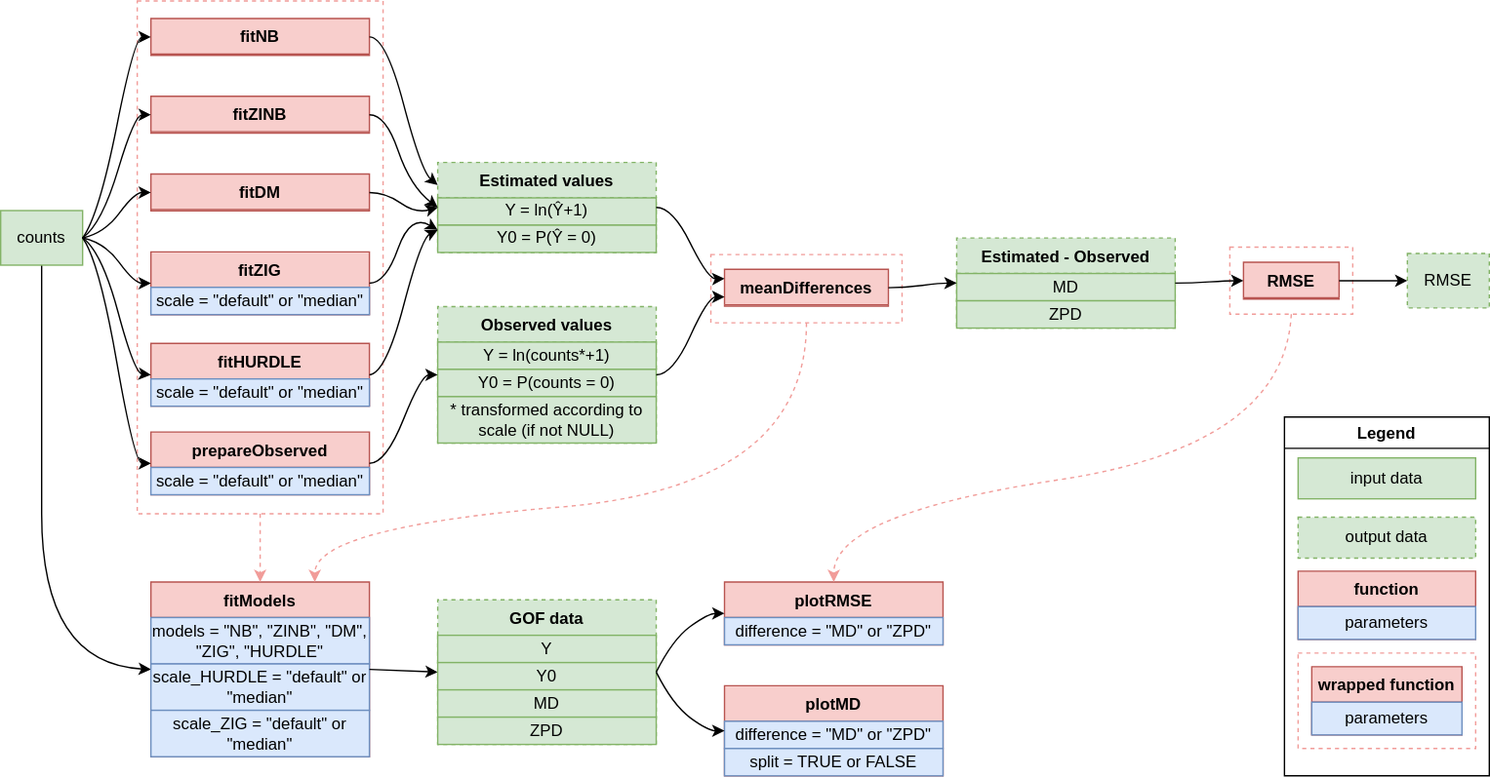
Above: vignettes/GOF_structure.svg in mcalgaro93/benchdamic (draw.io), before the change. Source tidied: cells renumbered, new cells last; positions are measured from the earlier drawing's top-left corner, leaving out a move shared by most shapes.
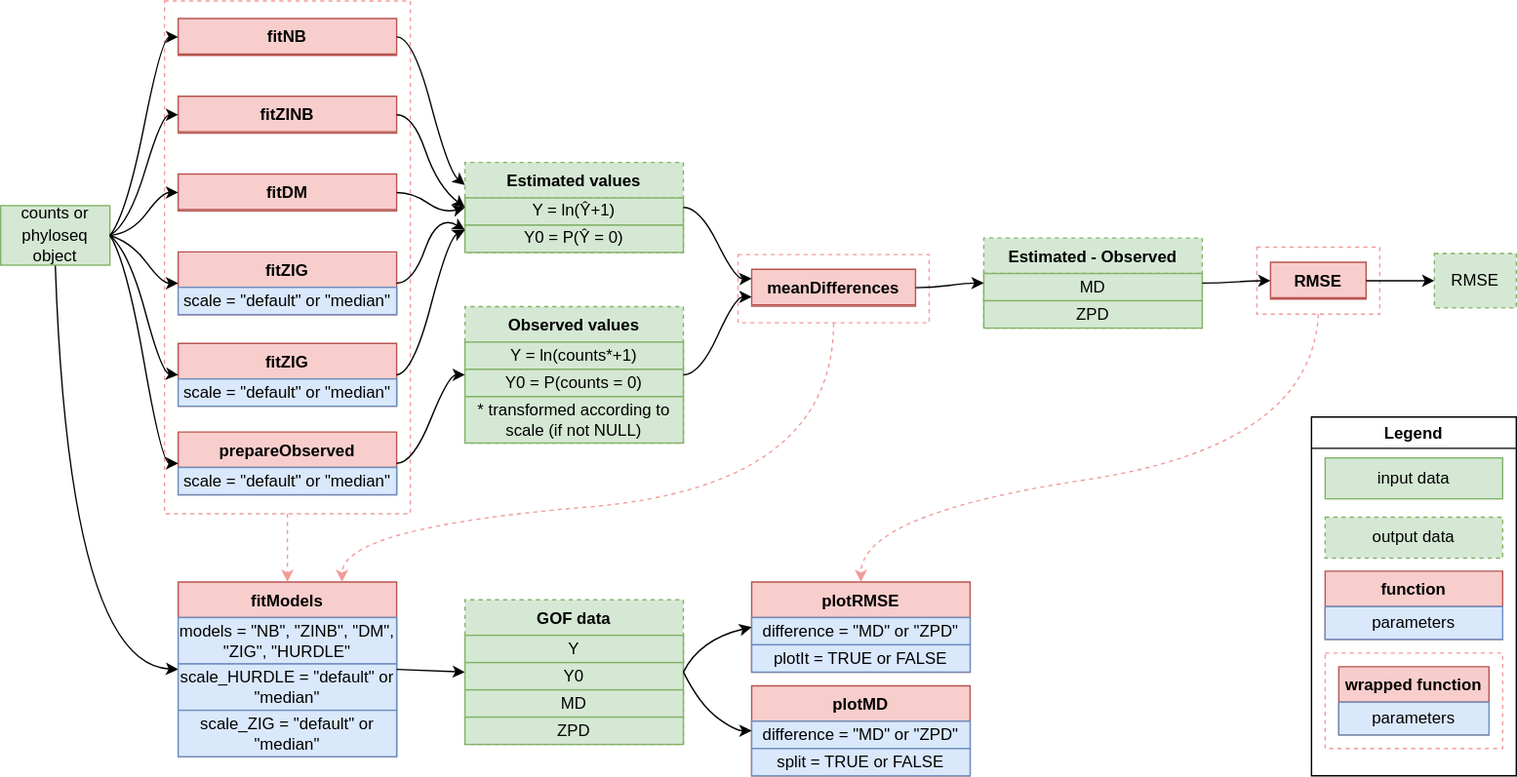
After the commit.

The edit, as a diff of the source:
```diff
@@ -14,7 +14,6 @@
     <mxCell id="5" style="curved=1;endArrow=classic;html=1;exitX=0.5;exitY=1;exitDx=0;exitDy=0;entryX=0;entryY=0.5;entryDx=0;entryDy=0;" parent="1" edge="1" source="24" target="46">
       <mxGeometry relative="1" as="geometry">
         <Array as="points">
-          <mxPoint x="30" y="265.9" />
           <mxPoint x="30" y="485.9" />
         </Array>
       </mxGeometry>
@@ -28,7 +27,7 @@
     <mxCell id="8" value="fitDM" style="swimlane;fontStyle=1;align=center;verticalAlign=top;horizontal=1;startSize=26;strokeColor=#b85450;fillColor=#f8cecc;" parent="1" vertex="1">
       <mxGeometry x="110" y="126.9" width="160" height="27" as="geometry" />
     </mxCell>
-    <mxCell id="9" value="fitHURDLE" style="swimlane;fontStyle=1;align=center;verticalAlign=top;horizontal=1;startSize=26;strokeColor=#b85450;fillColor=#f8cecc;" parent="1" vertex="1">
+    <mxCell id="9" value="fitZIG" style="swimlane;fontStyle=1;align=center;verticalAlign=top;horizontal=1;startSize=26;strokeColor=#b85450;fillColor=#f8cecc;" parent="1" vertex="1">
       <mxGeometry x="110" y="251" width="160" height="46" as="geometry" />
     </mxCell>
     <mxCell id="10" value="scale = &quot;default&quot; or &quot;median&quot;" style="whiteSpace=wrap;html=1;fillColor=#dae8fc;strokeColor=#6c8ebf;rotation=0;shadow=0;" parent="9" vertex="1">
@@ -73,8 +72,8 @@
     <mxCell id="23" value="RMSE" style="swimlane;fontStyle=1;align=center;verticalAlign=top;horizontal=1;startSize=26;strokeColor=#b85450;fillColor=#f8cecc;" parent="1" vertex="1">
       <mxGeometry x="910" y="191.5" width="70" height="27" as="geometry" />
     </mxCell>
-    <mxCell id="24" value="&lt;font face=&quot;Helvetica&quot;&gt;counts&lt;/font&gt;" style="rounded=0;whiteSpace=wrap;html=1;fontFamily=Courier New;fillColor=#d5e8d4;strokeColor=#82b366;" parent="1" vertex="1">
-      <mxGeometry y="153.6" width="60" height="40" as="geometry" />
+    <mxCell id="24" value="&lt;font face=&quot;Helvetica&quot;&gt;counts or phyloseq object&lt;/font&gt;" style="rounded=0;whiteSpace=wrap;html=1;fontFamily=Courier New;fillColor=#d5e8d4;strokeColor=#82b366;" parent="1" vertex="1">
+      <mxGeometry x="-20" y="150" width="80" height="43.6" as="geometry" />
     </mxCell>
     <mxCell id="25" style="curved=1;endArrow=classic;html=1;exitX=1;exitY=0.5;exitDx=0;exitDy=0;entryX=0;entryY=0.5;entryDx=0;entryDy=0;noEdgeStyle=1;orthogonal=1;" parent="1" edge="1" source="24" target="6">
       <mxGeometry relative="1" as="geometry">
@@ -264,16 +263,18 @@
       <mxGeometry y="46" width="160" height="20" as="geometry" />
     </mxCell>
     <mxCell id="59" value="plotRMSE" style="swimlane;fontStyle=1;align=center;verticalAlign=top;horizontal=1;startSize=26;strokeColor=#b85450;fillColor=#f8cecc;" parent="1" vertex="1">
-      <mxGeometry x="530" y="425.9" width="160" height="46" as="geometry" />
+      <mxGeometry x="530" y="425.9" width="160" height="66" as="geometry" />
     </mxCell>
     <mxCell id="60" value="difference = &quot;MD&quot; or &quot;ZPD&quot;" style="whiteSpace=wrap;html=1;fillColor=#dae8fc;strokeColor=#6c8ebf;rotation=0;shadow=0;" parent="59" vertex="1">
       <mxGeometry y="26" width="160" height="20" as="geometry" />
     </mxCell>
+    <mxCell id="74" value="plotIt = TRUE or FALSE" style="whiteSpace=wrap;html=1;fillColor=#dae8fc;strokeColor=#6c8ebf;rotation=0;shadow=0;" parent="59" vertex="1">
+      <mxGeometry y="46" width="160" height="20" as="geometry" />
+    </mxCell>
     <mxCell id="61" style="curved=1;endArrow=classic;html=1;exitX=1;exitY=0.5;exitDx=0;exitDy=0;entryX=0;entryY=0.5;entryDx=0;entryDy=0;noEdgeStyle=1;orthogonal=1;" parent="1" edge="1" source="51" target="59">
       <mxGeometry relative="1" as="geometry">
         <Array as="points">
           <mxPoint x="492" y="467.9" />
-          <mxPoint x="518" y="448.9" />
         </Array>
       </mxGeometry>
     </mxCell>
```
